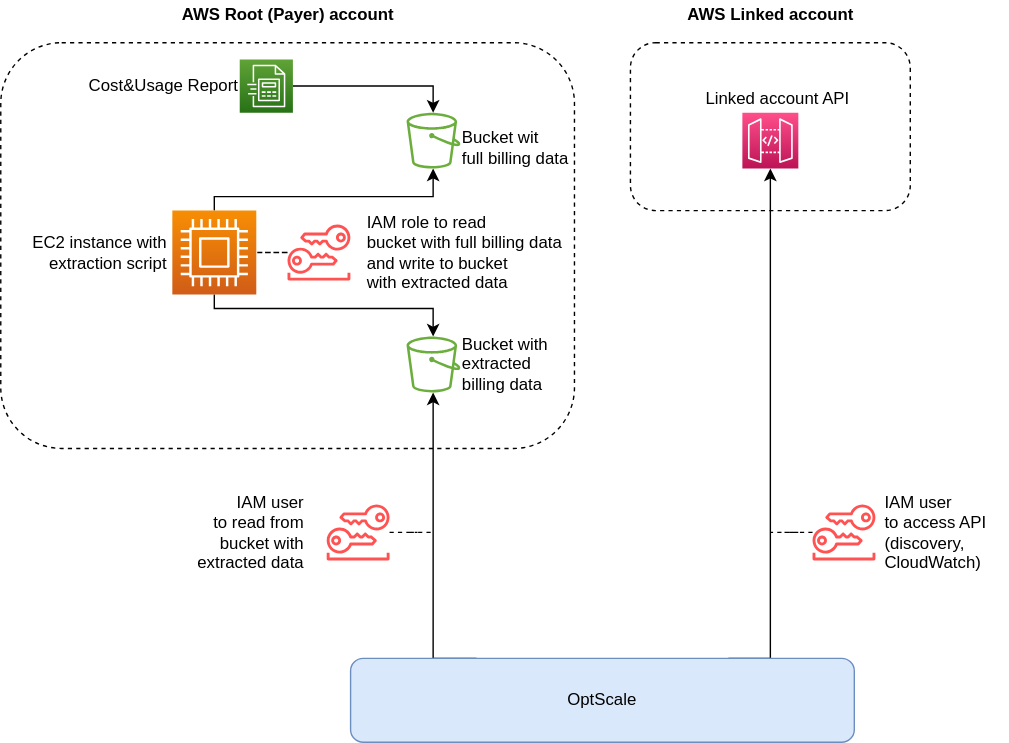
Earlier version of the draw.io export extract_linked_reports/linked_account_connection.drawio.svg (hystax/optscale_tools). Source tidied: cells renumbered, new cells last; positions are measured from the earlier drawing's top-left corner, leaving out a move shared by most shapes.
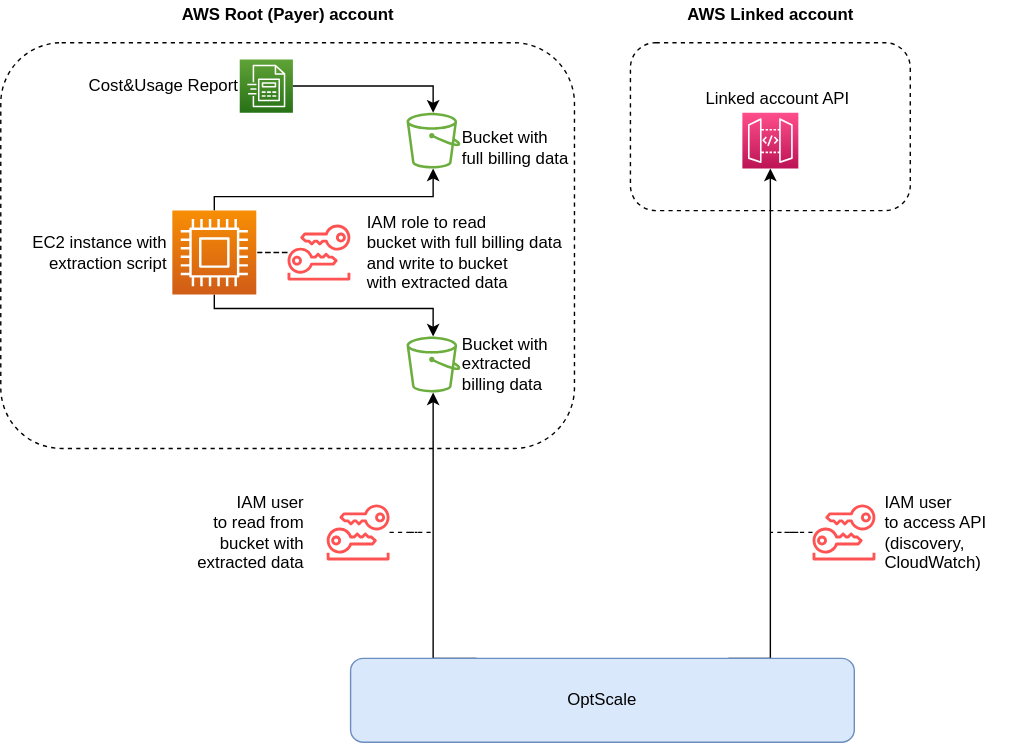
Above is the later version.

Commit message:
Fix typo in diagram

What changed in the source:
```diff
@@ -1,4 +1,4 @@
-<mxGraphModel background="#FFFFFF">
+<mxGraphModel>
   <root>
     <mxCell id="0" />
     <mxCell id="1" parent="0" />
@@ -109,7 +109,7 @@
     <mxCell id="28" value="Linked account API" style="text;html=1;align=center;verticalAlign=middle;strokeColor=none;fillColor=none;" parent="1" vertex="1">
       <mxGeometry x="495.2" y="60" width="120" height="20" as="geometry" />
     </mxCell>
-    <mxCell id="29" value="Bucket wit&lt;br&gt;full billing data" style="text;html=1;align=left;verticalAlign=middle;strokeColor=none;fillColor=none;" parent="1" vertex="1">
+    <mxCell id="29" value="Bucket with&lt;br&gt;full billing data" style="text;html=1;align=left;verticalAlign=middle;strokeColor=none;fillColor=none;" parent="1" vertex="1">
       <mxGeometry x="328.5" y="90" width="90" height="30" as="geometry" />
     </mxCell>
     <mxCell id="30" value="Bucket with&lt;br&gt;extracted&lt;br&gt;billing data" style="text;html=1;align=left;verticalAlign=middle;strokeColor=none;fillColor=none;" parent="1" vertex="1">
```
